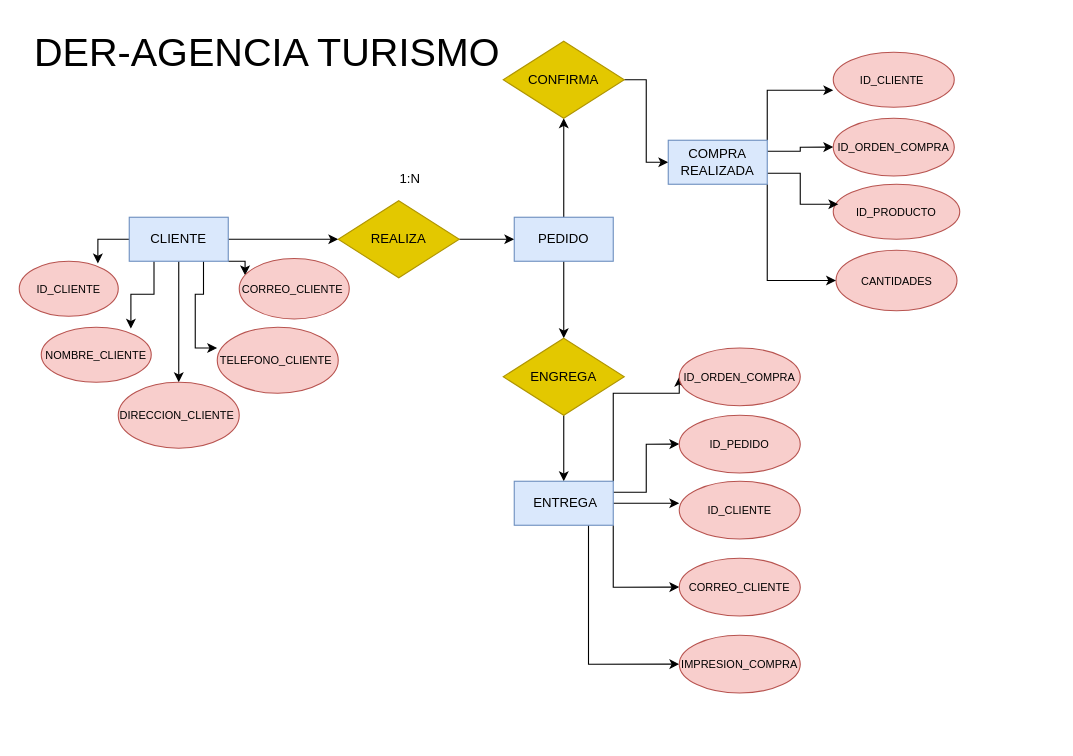
The draw.io diagram Diagrama sin título.drawio in sebascardozo/sqlCoderhouse, before the edit. Source tidied: cells renumbered, new cells numbered last; positions are measured from the earlier drawing's top-left corner, leaving out a move shared by most shapes. Both pictures are drawn from the tidied source at 110%, with x=0, y=0 at pixel (19, 19).
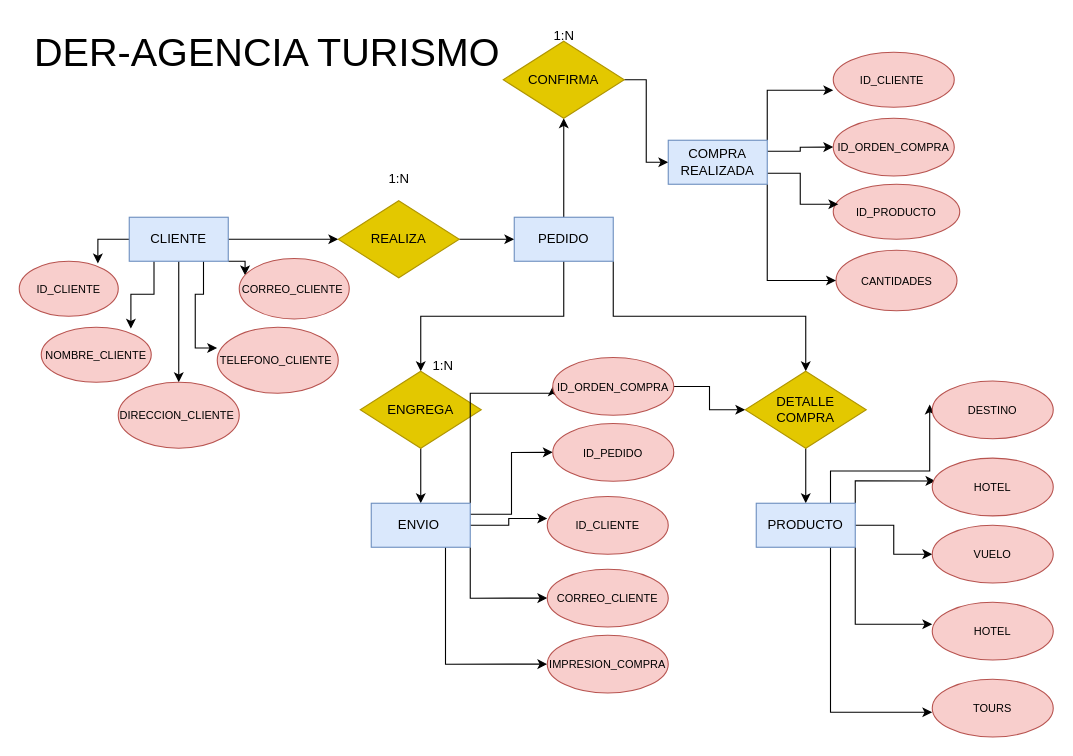
Above is the later version.

Commit message (it also covers changes not shown here):
DER-AGENCIA TURISMO

Unchanged cells that the change refers to:
```xml
<mxCell id="19" value="PEDIDO" style="rounded=0;whiteSpace=wrap;html=1;fillColor=#dae8fc;strokeColor=#6c8ebf;" parent="1" vertex="1">
  <mxGeometry x="450" y="180" width="90" height="40" as="geometry" />
</mxCell>
```

What changed in the source:
```diff
@@
     <mxCell id="16" value="1:N" style="text;html=1;align=center;verticalAlign=middle;strokeColor=none;fillColor=none;" parent="1" vertex="1">
-      <mxGeometry x="335" y="130" width="40" height="30" as="geometry" />
+      <mxGeometry x="325" y="130" width="40" height="30" as="geometry" />
     </mxCell>
@@
+    <mxCell id="45" style="edgeStyle=orthogonalEdgeStyle;rounded=0;jettySize=auto;html=1;exitX=1;exitY=1;exitDx=0;exitDy=0;" parent="1" edge="1" source="19" target="50">
+      <mxGeometry relative="1" as="geometry" />
+    </mxCell>
@@
     <mxCell id="32" value="ENGREGA" style="rhombus;whiteSpace=wrap;html=1;fillColor=#e3c800;strokeColor=#B09500;fontColor=#000000;" parent="1" vertex="1">
-      <mxGeometry x="440" y="290" width="110" height="70" as="geometry" />
+      <mxGeometry x="310" y="320" width="110" height="70" as="geometry" />
     </mxCell>
@@
-    <mxCell id="38" value="&amp;nbsp;ENTREGA" style="rounded=0;whiteSpace=wrap;html=1;fillColor=#dae8fc;strokeColor=#6c8ebf;" parent="1" vertex="1">
-      <mxGeometry x="450" y="420" width="90" height="40" as="geometry" />
+    <mxCell id="38" value="ENVIO&amp;nbsp;" style="rounded=0;whiteSpace=wrap;html=1;fillColor=#dae8fc;strokeColor=#6c8ebf;" parent="1" vertex="1">
+      <mxGeometry x="320" y="440" width="90" height="40" as="geometry" />
     </mxCell>
+    <mxCell id="46" style="edgeStyle=orthogonalEdgeStyle;rounded=0;jettySize=auto;html=1;" parent="1" edge="1" source="39" target="50">
+      <mxGeometry relative="1" as="geometry" />
+    </mxCell>
     <mxCell id="39" value="&lt;font style=&quot;font-size: 10px;&quot;&gt;ID_ORDEN_COMPRA&lt;/font&gt;" style="ellipse;whiteSpace=wrap;html=1;fillColor=#f8cecc;strokeColor=#b85450;" parent="1" vertex="1">
-      <mxGeometry x="600" y="298.8" width="110" height="52.5" as="geometry" />
+      <mxGeometry x="485" y="307.5" width="110" height="52.5" as="geometry" />
     </mxCell>
     <mxCell id="40" value="&lt;font style=&quot;font-size: 10px;&quot;&gt;ID_PEDIDO&lt;/font&gt;" style="ellipse;whiteSpace=wrap;html=1;fillColor=#f8cecc;strokeColor=#b85450;" parent="1" vertex="1">
-      <mxGeometry x="600" y="360" width="110" height="52.5" as="geometry" />
+      <mxGeometry x="485" y="367.5" width="110" height="52.5" as="geometry" />
     </mxCell>
     <mxCell id="41" value="&lt;font style=&quot;font-size: 10px;&quot;&gt;ID_CLIENTE&lt;/font&gt;" style="ellipse;whiteSpace=wrap;html=1;fillColor=#f8cecc;strokeColor=#b85450;" parent="1" vertex="1">
-      <mxGeometry x="600" y="420" width="110" height="52.5" as="geometry" />
+      <mxGeometry x="480" y="433.8" width="110" height="52.5" as="geometry" />
     </mxCell>
     <mxCell id="42" value="&lt;span style=&quot;font-size: 10px;&quot;&gt;CORREO_CLIENTE&lt;/span&gt;" style="ellipse;whiteSpace=wrap;html=1;fillColor=#f8cecc;strokeColor=#b85450;" parent="1" vertex="1">
-      <mxGeometry x="600" y="490" width="110" height="52.5" as="geometry" />
+      <mxGeometry x="480" y="500" width="110" height="52.5" as="geometry" />
     </mxCell>
     <mxCell id="43" value="&lt;font style=&quot;font-size: 10px;&quot;&gt;IMPRESION_COMPRA&lt;/font&gt;" style="ellipse;whiteSpace=wrap;html=1;fillColor=#f8cecc;strokeColor=#b85450;" parent="1" vertex="1">
-      <mxGeometry x="600" y="560" width="110" height="52.5" as="geometry" />
+      <mxGeometry x="480" y="560" width="110" height="52.5" as="geometry" />
     </mxCell>
@@
+    <mxCell id="47" value="1:N" style="text;html=1;align=center;verticalAlign=middle;strokeColor=none;fillColor=none;" parent="1" vertex="1">
+      <mxGeometry x="365" y="300" width="40" height="30" as="geometry" />
+    </mxCell>
+    <mxCell id="48" value="1:N" style="text;html=1;align=center;verticalAlign=middle;strokeColor=none;fillColor=none;" parent="1" vertex="1">
+      <mxGeometry x="475" width="40" height="30" as="geometry" />
+    </mxCell>
+    <mxCell id="49" style="edgeStyle=orthogonalEdgeStyle;rounded=0;jettySize=auto;html=1;exitX=0.5;exitY=1;exitDx=0;exitDy=0;entryX=0.5;entryY=0;entryDx=0;entryDy=0;" parent="1" edge="1" source="50" target="56">
+      <mxGeometry relative="1" as="geometry" />
+    </mxCell>
+    <mxCell id="50" value="DETALLE&lt;br&gt;COMPRA" style="rhombus;whiteSpace=wrap;html=1;fillColor=#e3c800;strokeColor=#B09500;fontColor=#000000;" parent="1" vertex="1">
+      <mxGeometry x="660" y="320" width="110" height="70" as="geometry" />
+    </mxCell>
+    <mxCell id="51" style="edgeStyle=orthogonalEdgeStyle;rounded=0;jettySize=auto;html=1;" parent="1" edge="1" source="56" target="59">
+      <mxGeometry relative="1" as="geometry" />
+    </mxCell>
+    <mxCell id="52" style="edgeStyle=orthogonalEdgeStyle;rounded=0;jettySize=auto;html=1;exitX=0.75;exitY=0;exitDx=0;exitDy=0;entryX=-0.021;entryY=0.409;entryDx=0;entryDy=0;entryPerimeter=0;" parent="1" edge="1" source="56" target="57">
+      <mxGeometry relative="1" as="geometry" />
+    </mxCell>
+    <mxCell id="53" style="edgeStyle=orthogonalEdgeStyle;rounded=0;jettySize=auto;html=1;exitX=1;exitY=0;exitDx=0;exitDy=0;entryX=0.026;entryY=0.395;entryDx=0;entryDy=0;entryPerimeter=0;" parent="1" edge="1" source="56" target="58">
+      <mxGeometry relative="1" as="geometry" />
+    </mxCell>
+    <mxCell id="54" style="edgeStyle=orthogonalEdgeStyle;rounded=0;jettySize=auto;html=1;exitX=1;exitY=1;exitDx=0;exitDy=0;entryX=0;entryY=0.381;entryDx=0;entryDy=0;entryPerimeter=0;" parent="1" edge="1" source="56" target="60">
+      <mxGeometry relative="1" as="geometry" />
+    </mxCell>
+    <mxCell id="55" style="edgeStyle=orthogonalEdgeStyle;rounded=0;jettySize=auto;html=1;exitX=0.75;exitY=1;exitDx=0;exitDy=0;entryX=0;entryY=0.571;entryDx=0;entryDy=0;entryPerimeter=0;" parent="1" edge="1" source="56" target="62">
+      <mxGeometry relative="1" as="geometry" />
+    </mxCell>
+    <mxCell id="56" value="PRODUCTO" style="rounded=0;whiteSpace=wrap;html=1;fillColor=#dae8fc;strokeColor=#6c8ebf;" parent="1" vertex="1">
+      <mxGeometry x="670" y="440" width="90" height="40" as="geometry" />
+    </mxCell>
+    <mxCell id="57" value="&lt;span style=&quot;font-size: 10px;&quot;&gt;DESTINO&lt;/span&gt;" style="ellipse;whiteSpace=wrap;html=1;fillColor=#f8cecc;strokeColor=#b85450;" parent="1" vertex="1">
+      <mxGeometry x="830" y="328.8" width="110" height="52.5" as="geometry" />
+    </mxCell>
+    <mxCell id="58" value="&lt;font style=&quot;font-size: 10px;&quot;&gt;HOTEL&lt;/font&gt;" style="ellipse;whiteSpace=wrap;html=1;fillColor=#f8cecc;strokeColor=#b85450;" parent="1" vertex="1">
+      <mxGeometry x="830" y="399" width="110" height="52.5" as="geometry" />
+    </mxCell>
+    <mxCell id="59" value="&lt;font style=&quot;font-size: 10px;&quot;&gt;VUELO&lt;/font&gt;" style="ellipse;whiteSpace=wrap;html=1;fillColor=#f8cecc;strokeColor=#b85450;" parent="1" vertex="1">
+      <mxGeometry x="830" y="460" width="110" height="52.5" as="geometry" />
+    </mxCell>
+    <mxCell id="60" value="&lt;font style=&quot;font-size: 10px;&quot;&gt;HOTEL&lt;/font&gt;" style="ellipse;whiteSpace=wrap;html=1;fillColor=#f8cecc;strokeColor=#b85450;" parent="1" vertex="1">
+      <mxGeometry x="830" y="530" width="110" height="52.5" as="geometry" />
+    </mxCell>
+    <mxCell id="61" style="edgeStyle=orthogonalEdgeStyle;rounded=0;orthogonalLoop=1;jettySize=auto;html=1;exitX=0.5;exitY=1;exitDx=0;exitDy=0;" parent="1" edge="1" source="60" target="60">
+      <mxGeometry relative="1" as="geometry" />
+    </mxCell>
+    <mxCell id="62" value="&lt;font style=&quot;font-size: 10px;&quot;&gt;TOURS&lt;/font&gt;" style="ellipse;whiteSpace=wrap;html=1;fillColor=#f8cecc;strokeColor=#b85450;" parent="1" vertex="1">
+      <mxGeometry x="830" y="600" width="110" height="52.5" as="geometry" />
+    </mxCell>
```
